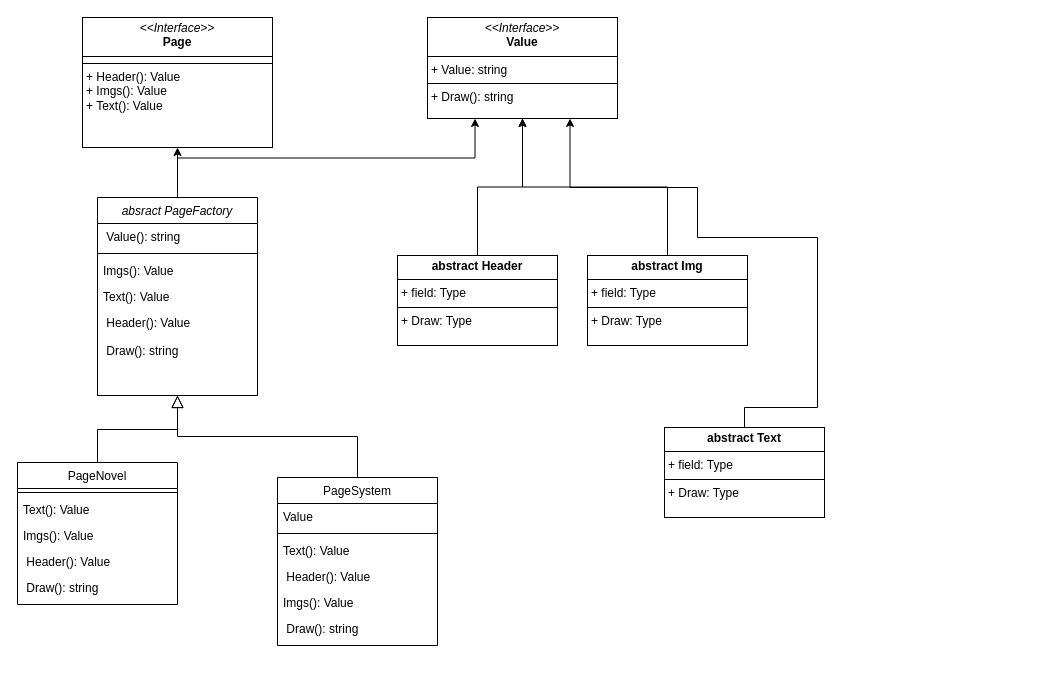
This is Диаграмма без названия.drawio from Poostoi/VNPattern, a draw.io file, before an edit. Source tidied: cells renumbered, new cells numbered last; positions are measured from the earlier drawing's top-left corner, leaving out a move shared by most shapes. Both pictures are drawn from the tidied source at 100%, with x=0, y=0 at pixel (17, 17).
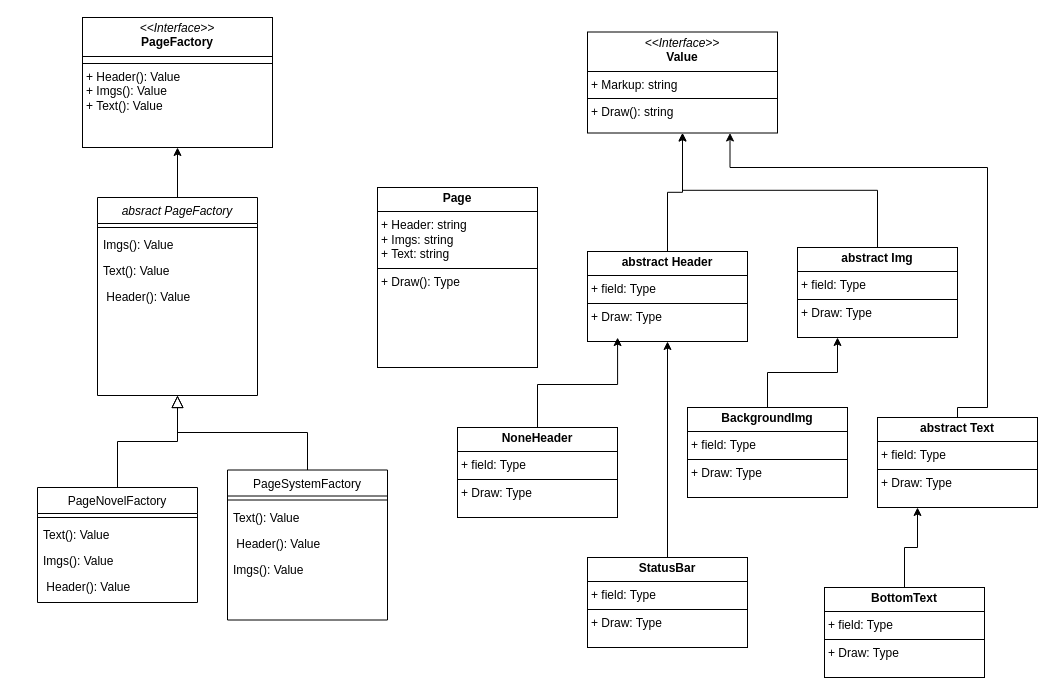
Above is the later version.

Commit message:
Добавлены конкретизированные сущности для Value и добавлена страница

Unchanged cells that the change refers to:
```xml
<mxCell id="4" value="absract PageFactory" style="swimlane;fontStyle=2;align=center;verticalAlign=top;horizontal=1;startSize=26;rounded=0;shadow=0;strokeWidth=1;" parent="1" vertex="1">
  <mxGeometry x="80" y="180" width="160" height="198" as="geometry" />
</mxCell>
```

What changed in the source:
```diff
@@
-    <mxCell id="2" style="edgeStyle=orthogonalEdgeStyle;rounded=0;jettySize=auto;html=1;exitX=0.5;exitY=0;exitDx=0;exitDy=0;entryX=0.25;entryY=1;entryDx=0;entryDy=0;" parent="1" edge="1" source="4" target="26">
-      <mxGeometry relative="1" as="geometry" />
-    </mxCell>
@@
-    <mxCell id="5" value=" Value(): string" style="text;align=left;verticalAlign=top;spacingLeft=4;spacingRight=4;overflow=hidden;" parent="4" vertex="1">
-      <mxGeometry y="26" width="160" height="26" as="geometry" />
-    </mxCell>
     <mxCell id="6" style="line;strokeWidth=1;fillColor=none;align=left;verticalAlign=middle;spacingTop=-1;spacingLeft=3;spacingRight=3;labelPosition=right;strokeColor=inherit;" parent="4" vertex="1">
-      <mxGeometry y="52" width="160" height="8" as="geometry" />
+      <mxGeometry y="26" width="160" height="8" as="geometry" />
     </mxCell>
     <mxCell id="7" value="Imgs(): Value" style="text;align=left;verticalAlign=top;spacingLeft=4;spacingRight=4;overflow=hidden;rounded=0;shadow=0;html=0;" parent="4" vertex="1">
-      <mxGeometry y="60" width="160" height="26" as="geometry" />
+      <mxGeometry y="34" width="160" height="26" as="geometry" />
     </mxCell>
     <mxCell id="8" value="Text(): Value" style="text;align=left;verticalAlign=top;spacingLeft=4;spacingRight=4;overflow=hidden;rounded=0;shadow=0;html=0;" parent="4" vertex="1">
-      <mxGeometry y="86" width="160" height="26" as="geometry" />
+      <mxGeometry y="60" width="160" height="26" as="geometry" />
     </mxCell>
     <mxCell id="9" value=" Header(): Value" style="text;align=left;verticalAlign=top;spacingLeft=4;spacingRight=4;overflow=hidden;" parent="4" vertex="1">
-      <mxGeometry y="112" width="160" height="28" as="geometry" />
+      <mxGeometry y="86" width="160" height="28" as="geometry" />
     </mxCell>
-    <mxCell id="10" value=" Draw(): string" style="text;align=left;verticalAlign=top;spacingLeft=4;spacingRight=4;overflow=hidden;" parent="4" vertex="1">
-      <mxGeometry y="140" width="160" height="30" as="geometry" />
-    </mxCell>
-    <mxCell id="11" value="PageNovel" style="swimlane;fontStyle=0;align=center;verticalAlign=top;horizontal=1;startSize=26;rounded=0;shadow=0;strokeWidth=1;" parent="1" vertex="1">
-      <mxGeometry y="445" width="160" height="142" as="geometry" />
+    <mxCell id="11" value="PageNovelFactory" style="swimlane;fontStyle=0;align=center;verticalAlign=top;horizontal=1;startSize=26;rounded=0;shadow=0;strokeWidth=1;" parent="1" vertex="1">
+      <mxGeometry x="20" y="470" width="160" height="115" as="geometry" />
     </mxCell>
@@
-    <mxCell id="16" value=" Draw(): string" style="text;align=left;verticalAlign=top;spacingLeft=4;spacingRight=4;overflow=hidden;" parent="11" vertex="1">
-      <mxGeometry y="112" width="160" height="30" as="geometry" />
-    </mxCell>
@@
-    <mxCell id="18" value="PageSystem" style="swimlane;fontStyle=0;align=center;verticalAlign=top;horizontal=1;startSize=26;rounded=0;shadow=0;strokeWidth=1;" parent="1" vertex="1">
-      <mxGeometry x="260" y="460" width="160" height="168" as="geometry" />
+    <mxCell id="18" value="PageSystemFactory" style="swimlane;fontStyle=0;align=center;verticalAlign=top;horizontal=1;startSize=26;rounded=0;shadow=0;strokeWidth=1;" parent="1" vertex="1">
+      <mxGeometry x="210" y="452.5" width="160" height="150" as="geometry" />
     </mxCell>
-    <mxCell id="19" value="Value" style="text;align=left;verticalAlign=top;spacingLeft=4;spacingRight=4;overflow=hidden;" parent="18" vertex="1">
-      <mxGeometry y="26" width="160" height="26" as="geometry" />
-    </mxCell>
     <mxCell id="20" style="line;html=1;strokeWidth=1;align=left;verticalAlign=middle;spacingTop=-1;spacingLeft=3;spacingRight=3;labelPosition=right;" parent="18" vertex="1">
-      <mxGeometry y="52" width="160" height="8" as="geometry" />
+      <mxGeometry y="26" width="160" height="8" as="geometry" />
     </mxCell>
     <mxCell id="21" value="Text(): Value" style="text;align=left;verticalAlign=top;spacingLeft=4;spacingRight=4;overflow=hidden;rounded=0;shadow=0;html=0;" parent="18" vertex="1">
-      <mxGeometry y="60" width="160" height="26" as="geometry" />
+      <mxGeometry y="34" width="160" height="26" as="geometry" />
     </mxCell>
     <mxCell id="22" value=" Header(): Value" style="text;align=left;verticalAlign=top;spacingLeft=4;spacingRight=4;overflow=hidden;" parent="18" vertex="1">
-      <mxGeometry y="86" width="160" height="26" as="geometry" />
+      <mxGeometry y="60" width="160" height="26" as="geometry" />
     </mxCell>
     <mxCell id="23" value="Imgs(): Value" style="text;align=left;verticalAlign=top;spacingLeft=4;spacingRight=4;overflow=hidden;rounded=0;shadow=0;html=0;" parent="18" vertex="1">
-      <mxGeometry y="112" width="160" height="26" as="geometry" />
+      <mxGeometry y="86" width="160" height="26" as="geometry" />
     </mxCell>
-    <mxCell id="24" value=" Draw(): string" style="text;align=left;verticalAlign=top;spacingLeft=4;spacingRight=4;overflow=hidden;" parent="18" vertex="1">
-      <mxGeometry y="138" width="160" height="30" as="geometry" />
-    </mxCell>
@@
-    <mxCell id="26" value="&lt;p style=&quot;margin:0px;margin-top:4px;text-align:center;&quot;&gt;&lt;i&gt;&amp;lt;&amp;lt;Interface&amp;gt;&amp;gt;&lt;br&gt;&lt;/i&gt;&lt;b&gt;Value&lt;/b&gt;&lt;br&gt;&lt;b&gt;&lt;/b&gt;&lt;/p&gt;&lt;hr size=&quot;1&quot; style=&quot;border-style:solid;&quot;&gt;&lt;p style=&quot;margin:0px;margin-left:4px;&quot;&gt;+ Value: string&lt;br&gt;&lt;/p&gt;&lt;hr size=&quot;1&quot; style=&quot;border-style:solid;&quot;&gt;&lt;p style=&quot;margin:0px;margin-left:4px;&quot;&gt;+ Draw(): string&lt;br&gt;&lt;br&gt;&lt;/p&gt;" style="verticalAlign=top;align=left;overflow=fill;html=1;whiteSpace=wrap;" parent="1" vertex="1">
-      <mxGeometry x="410" width="190" height="101" as="geometry" />
+    <mxCell id="26" value="&lt;p style=&quot;margin:0px;margin-top:4px;text-align:center;&quot;&gt;&lt;i&gt;&amp;lt;&amp;lt;Interface&amp;gt;&amp;gt;&lt;br&gt;&lt;/i&gt;&lt;b&gt;Value&lt;/b&gt;&lt;br&gt;&lt;b&gt;&lt;/b&gt;&lt;/p&gt;&lt;hr size=&quot;1&quot; style=&quot;border-style:solid;&quot;&gt;&lt;p style=&quot;margin:0px;margin-left:4px;&quot;&gt;+ Markup: string&lt;br&gt;&lt;/p&gt;&lt;hr size=&quot;1&quot; style=&quot;border-style:solid;&quot;&gt;&lt;p style=&quot;margin:0px;margin-left:4px;&quot;&gt;+ Draw(): string&lt;br&gt;&lt;br&gt;&lt;/p&gt;" style="verticalAlign=top;align=left;overflow=fill;html=1;whiteSpace=wrap;" parent="1" vertex="1">
+      <mxGeometry x="570" y="14.5" width="190" height="101" as="geometry" />
     </mxCell>
@@
     <mxCell id="28" value="&lt;p style=&quot;margin:0px;margin-top:4px;text-align:center;&quot;&gt;&lt;b&gt;abstract Header&lt;/b&gt;&lt;br&gt;&lt;/p&gt;&lt;hr size=&quot;1&quot; style=&quot;border-style:solid;&quot;&gt;&lt;p style=&quot;margin:0px;margin-left:4px;&quot;&gt;+ field: Type&lt;/p&gt;&lt;hr size=&quot;1&quot; style=&quot;border-style:solid;&quot;&gt;&lt;p style=&quot;margin:0px;margin-left:4px;&quot;&gt;+ Draw: Type&lt;/p&gt;" style="verticalAlign=top;align=left;overflow=fill;html=1;whiteSpace=wrap;" parent="1" vertex="1">
-      <mxGeometry x="380" y="238" width="160" height="90" as="geometry" />
+      <mxGeometry x="570" y="234" width="160" height="90" as="geometry" />
     </mxCell>
@@
     <mxCell id="30" value="&lt;p style=&quot;margin:0px;margin-top:4px;text-align:center;&quot;&gt;&lt;b&gt;abstract Img&lt;/b&gt;&lt;br&gt;&lt;/p&gt;&lt;hr size=&quot;1&quot; style=&quot;border-style:solid;&quot;&gt;&lt;p style=&quot;margin:0px;margin-left:4px;&quot;&gt;+ field: Type&lt;/p&gt;&lt;hr size=&quot;1&quot; style=&quot;border-style:solid;&quot;&gt;&lt;p style=&quot;margin:0px;margin-left:4px;&quot;&gt;+ Draw: Type&lt;/p&gt;" style="verticalAlign=top;align=left;overflow=fill;html=1;whiteSpace=wrap;" parent="1" vertex="1">
-      <mxGeometry x="570" y="238" width="160" height="90" as="geometry" />
+      <mxGeometry x="780" y="230" width="160" height="90" as="geometry" />
     </mxCell>
     <mxCell id="31" style="edgeStyle=orthogonalEdgeStyle;rounded=0;jettySize=auto;html=1;exitX=0.5;exitY=0;exitDx=0;exitDy=0;entryX=0.75;entryY=1;entryDx=0;entryDy=0;" parent="1" edge="1" source="32" target="26">
       <mxGeometry relative="1" as="geometry">
         <Array as="points">
-          <mxPoint x="800" y="390" />
-          <mxPoint x="800" y="220" />
-          <mxPoint x="680" y="220" />
-          <mxPoint x="680" y="170" />
+          <mxPoint x="940" y="390" />
+          <mxPoint x="970" y="390" />
+          <mxPoint x="970" y="150" />
+          <mxPoint x="713" y="150" />
         </Array>
       </mxGeometry>
     </mxCell>
     <mxCell id="32" value="&lt;p style=&quot;margin:0px;margin-top:4px;text-align:center;&quot;&gt;&lt;b&gt;abstract Text&lt;/b&gt;&lt;br&gt;&lt;/p&gt;&lt;hr size=&quot;1&quot; style=&quot;border-style:solid;&quot;&gt;&lt;p style=&quot;margin:0px;margin-left:4px;&quot;&gt;+ field: Type&lt;/p&gt;&lt;hr size=&quot;1&quot; style=&quot;border-style:solid;&quot;&gt;&lt;p style=&quot;margin:0px;margin-left:4px;&quot;&gt;+ Draw: Type&lt;/p&gt;" style="verticalAlign=top;align=left;overflow=fill;html=1;whiteSpace=wrap;" parent="1" vertex="1">
-      <mxGeometry x="647" y="410" width="160" height="90" as="geometry" />
+      <mxGeometry x="860" y="400" width="160" height="90" as="geometry" />
     </mxCell>
-    <mxCell id="33" value="&lt;p style=&quot;margin:0px;margin-top:4px;text-align:center;&quot;&gt;&lt;i&gt;&amp;lt;&amp;lt;Interface&amp;gt;&amp;gt;&lt;br&gt;&lt;/i&gt;&lt;b&gt;Page&lt;/b&gt;&lt;br&gt;&lt;b&gt;&lt;/b&gt;&lt;/p&gt;&lt;hr size=&quot;1&quot; style=&quot;border-style:solid;&quot;&gt;&lt;hr size=&quot;1&quot; style=&quot;border-style:solid;&quot;&gt;&lt;p style=&quot;margin:0px;margin-left:4px;&quot;&gt;+ Header(): Value&lt;/p&gt;&lt;p style=&quot;margin:0px;margin-left:4px;&quot;&gt;+ Imgs(): Value&lt;/p&gt;&lt;p style=&quot;margin:0px;margin-left:4px;&quot;&gt;+ Text(): Value&lt;/p&gt;&lt;p style=&quot;margin:0px;margin-left:4px;&quot;&gt;&lt;br&gt;&lt;/p&gt;" style="verticalAlign=top;align=left;overflow=fill;html=1;whiteSpace=wrap;" parent="1" vertex="1">
+    <mxCell id="33" value="&lt;p style=&quot;margin:0px;margin-top:4px;text-align:center;&quot;&gt;&lt;i&gt;&amp;lt;&amp;lt;Interface&amp;gt;&amp;gt;&lt;br&gt;&lt;/i&gt;&lt;b&gt;PageFactory&lt;/b&gt;&lt;br&gt;&lt;b&gt;&lt;/b&gt;&lt;/p&gt;&lt;hr size=&quot;1&quot; style=&quot;border-style:solid;&quot;&gt;&lt;hr size=&quot;1&quot; style=&quot;border-style:solid;&quot;&gt;&lt;p style=&quot;margin:0px;margin-left:4px;&quot;&gt;+ Header(): Value&lt;/p&gt;&lt;p style=&quot;margin:0px;margin-left:4px;&quot;&gt;+ Imgs(): Value&lt;/p&gt;&lt;p style=&quot;margin:0px;margin-left:4px;&quot;&gt;+ Text(): Value&lt;/p&gt;&lt;p style=&quot;margin:0px;margin-left:4px;&quot;&gt;&lt;br&gt;&lt;/p&gt;" style="verticalAlign=top;align=left;overflow=fill;html=1;whiteSpace=wrap;" parent="1" vertex="1">
       <mxGeometry x="65" width="190" height="130" as="geometry" />
     </mxCell>
+    <mxCell id="34" value="&lt;p style=&quot;margin:0px;margin-top:4px;text-align:center;&quot;&gt;&lt;b&gt;Page&lt;/b&gt;&lt;br&gt;&lt;/p&gt;&lt;hr size=&quot;1&quot; style=&quot;border-style:solid;&quot;&gt;&lt;p style=&quot;margin:0px;margin-left:4px;&quot;&gt;+ Header: string&lt;/p&gt;&lt;p style=&quot;margin:0px;margin-left:4px;&quot;&gt;+ Imgs: string&lt;/p&gt;&lt;p style=&quot;margin:0px;margin-left:4px;&quot;&gt;+ Text: string&lt;/p&gt;&lt;hr size=&quot;1&quot; style=&quot;border-style:solid;&quot;&gt;&lt;p style=&quot;margin:0px;margin-left:4px;&quot;&gt;+ Draw(): Type&lt;/p&gt;" style="verticalAlign=top;align=left;overflow=fill;html=1;whiteSpace=wrap;" parent="1" vertex="1">
+      <mxGeometry x="360" y="170" width="160" height="180" as="geometry" />
+    </mxCell>
+    <mxCell id="35" style="edgeStyle=orthogonalEdgeStyle;rounded=0;jettySize=auto;html=1;entryX=0.25;entryY=1;entryDx=0;entryDy=0;" parent="1" edge="1" source="36" target="30">
+      <mxGeometry relative="1" as="geometry" />
+    </mxCell>
+    <mxCell id="36" value="&lt;p style=&quot;margin:0px;margin-top:4px;text-align:center;&quot;&gt;&lt;b&gt;BackgroundImg&lt;/b&gt;&lt;br&gt;&lt;/p&gt;&lt;hr size=&quot;1&quot; style=&quot;border-style:solid;&quot;&gt;&lt;p style=&quot;margin:0px;margin-left:4px;&quot;&gt;+ field: Type&lt;/p&gt;&lt;hr size=&quot;1&quot; style=&quot;border-style:solid;&quot;&gt;&lt;p style=&quot;margin:0px;margin-left:4px;&quot;&gt;+ Draw: Type&lt;/p&gt;" style="verticalAlign=top;align=left;overflow=fill;html=1;whiteSpace=wrap;" parent="1" vertex="1">
+      <mxGeometry x="670" y="390" width="160" height="90" as="geometry" />
+    </mxCell>
+    <mxCell id="37" value="&lt;p style=&quot;margin:0px;margin-top:4px;text-align:center;&quot;&gt;&lt;b&gt;NoneHeader&lt;/b&gt;&lt;br&gt;&lt;/p&gt;&lt;hr size=&quot;1&quot; style=&quot;border-style:solid;&quot;&gt;&lt;p style=&quot;margin:0px;margin-left:4px;&quot;&gt;+ field: Type&lt;/p&gt;&lt;hr size=&quot;1&quot; style=&quot;border-style:solid;&quot;&gt;&lt;p style=&quot;margin:0px;margin-left:4px;&quot;&gt;+ Draw: Type&lt;/p&gt;" style="verticalAlign=top;align=left;overflow=fill;html=1;whiteSpace=wrap;" parent="1" vertex="1">
+      <mxGeometry x="440" y="410" width="160" height="90" as="geometry" />
+    </mxCell>
+    <mxCell id="38" style="edgeStyle=orthogonalEdgeStyle;rounded=0;jettySize=auto;html=1;exitX=0.5;exitY=0;exitDx=0;exitDy=0;entryX=0.188;entryY=0.956;entryDx=0;entryDy=0;entryPerimeter=0;" parent="1" edge="1" source="37" target="28">
+      <mxGeometry relative="1" as="geometry" />
+    </mxCell>
+    <mxCell id="39" style="edgeStyle=orthogonalEdgeStyle;rounded=0;jettySize=auto;html=1;exitX=0.5;exitY=0;exitDx=0;exitDy=0;entryX=0.5;entryY=1;entryDx=0;entryDy=0;" parent="1" edge="1" source="40" target="28">
+      <mxGeometry relative="1" as="geometry">
+        <Array as="points">
+          <mxPoint x="650" y="540" />
+        </Array>
+      </mxGeometry>
+    </mxCell>
+    <mxCell id="40" value="&lt;p style=&quot;margin:0px;margin-top:4px;text-align:center;&quot;&gt;&lt;b&gt;StatusBar&lt;/b&gt;&lt;br&gt;&lt;/p&gt;&lt;hr size=&quot;1&quot; style=&quot;border-style:solid;&quot;&gt;&lt;p style=&quot;margin:0px;margin-left:4px;&quot;&gt;+ field: Type&lt;/p&gt;&lt;hr size=&quot;1&quot; style=&quot;border-style:solid;&quot;&gt;&lt;p style=&quot;margin:0px;margin-left:4px;&quot;&gt;+ Draw: Type&lt;/p&gt;" style="verticalAlign=top;align=left;overflow=fill;html=1;whiteSpace=wrap;" parent="1" vertex="1">
+      <mxGeometry x="570" y="540" width="160" height="90" as="geometry" />
+    </mxCell>
+    <mxCell id="41" style="edgeStyle=orthogonalEdgeStyle;rounded=0;jettySize=auto;html=1;exitX=0.5;exitY=0;exitDx=0;exitDy=0;entryX=0.25;entryY=1;entryDx=0;entryDy=0;" parent="1" edge="1" source="42" target="32">
+      <mxGeometry relative="1" as="geometry" />
+    </mxCell>
+    <mxCell id="42" value="&lt;p style=&quot;margin:0px;margin-top:4px;text-align:center;&quot;&gt;&lt;b&gt;BottomText&lt;/b&gt;&lt;br&gt;&lt;/p&gt;&lt;hr size=&quot;1&quot; style=&quot;border-style:solid;&quot;&gt;&lt;p style=&quot;margin:0px;margin-left:4px;&quot;&gt;+ field: Type&lt;/p&gt;&lt;hr size=&quot;1&quot; style=&quot;border-style:solid;&quot;&gt;&lt;p style=&quot;margin:0px;margin-left:4px;&quot;&gt;+ Draw: Type&lt;/p&gt;" style="verticalAlign=top;align=left;overflow=fill;html=1;whiteSpace=wrap;" parent="1" vertex="1">
+      <mxGeometry x="807" y="570" width="160" height="90" as="geometry" />
+    </mxCell>
```
